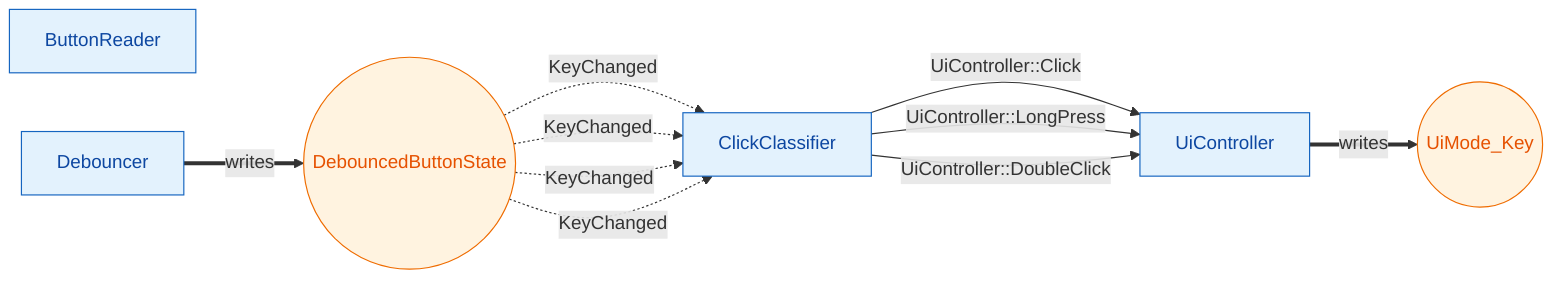
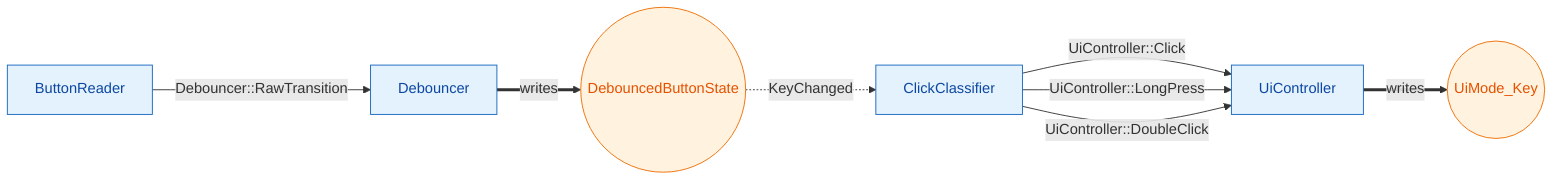
%% Module graph for button_pipeline
%% Generated by scripts/gen-diagrams.py — do not edit by hand.
graph LR
    classDef moduleNode fill:#e3f2fd,stroke:#1565c0,color:#0d47a1
    classDef cacheKeyNode fill:#fff3e0,stroke:#ef6c00,color:#e65100

    ButtonReader["ButtonReader"]:::moduleNode
    Debouncer["Debouncer"]:::moduleNode
    ClickClassifier["ClickClassifier"]:::moduleNode
    UiController["UiController"]:::moduleNode
    DebouncedButtonState(("DebouncedButtonState")):::cacheKeyNode
    UiMode_Key(("UiMode_Key")):::cacheKeyNode

    Debouncer ==>|"writes"| DebouncedButtonState
    UiController ==>|"writes"| UiMode_Key
    DebouncedButtonState -.->|"KeyChanged"| ClickClassifier
-     DebouncedButtonState -.->|"KeyChanged"| ClickClassifier
-     DebouncedButtonState -.->|"KeyChanged"| ClickClassifier
-     DebouncedButtonState -.->|"KeyChanged"| ClickClassifier
    ClickClassifier -->|"UiController::Click"| UiController
    ClickClassifier -->|"UiController::LongPress"| UiController
    ClickClassifier -->|"UiController::DoubleClick"| UiController
+     ButtonReader -->|"Debouncer::RawTransition"| Debouncer
